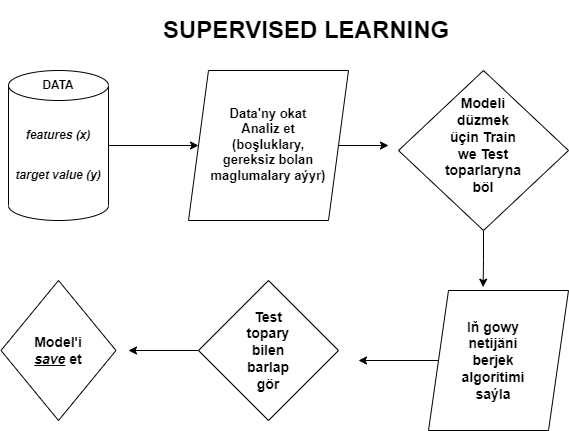
This is ml2.png from myratnesirov/pythoncode, a draw.io export, as it was before one commit. Source tidied: cells renumbered, new cells last; positions are measured from the earlier drawing's top-left corner, leaving out a move shared by most shapes.
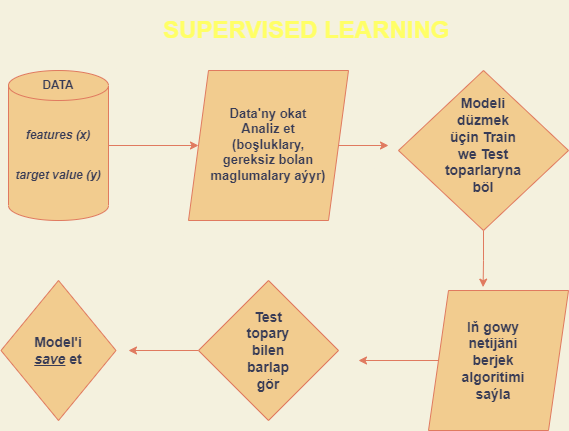
Above is the later version.

Diff of the diagram source:
```diff
@@ -1,71 +1,71 @@
-<mxGraphModel>
+<mxGraphModel background="#F4F1DE">
   <root>
     <mxCell id="0" />
     <mxCell id="1" parent="0" />
-    <mxCell id="2" value="&lt;h1&gt;SUPERVISED LEARNING&lt;/h1&gt;" style="text;html=1;strokeColor=none;fillColor=none;spacing=5;spacingTop=-20;whiteSpace=wrap;overflow=hidden;rounded=0;" parent="1" vertex="1">
+    <mxCell id="2" value="&lt;h1&gt;SUPERVISED LEARNING&lt;/h1&gt;" style="text;html=1;strokeColor=none;fillColor=none;spacing=5;spacingTop=-20;whiteSpace=wrap;overflow=hidden;rounded=0;fontColor=#FFFF66;" parent="1" vertex="1">
       <mxGeometry x="158" width="320" height="40" as="geometry" />
     </mxCell>
-    <mxCell id="3" style="edgeStyle=orthogonalEdgeStyle;rounded=0;jettySize=auto;html=1;fontSize=13;" parent="1" edge="1" source="4" target="9">
+    <mxCell id="3" style="edgeStyle=orthogonalEdgeStyle;rounded=0;jettySize=auto;html=1;fontSize=13;labelBackgroundColor=#F4F1DE;strokeColor=#E07A5F;fontColor=#393C56;" parent="1" edge="1" source="4" target="9">
       <mxGeometry relative="1" as="geometry" />
     </mxCell>
-    <mxCell id="4" style="shape=cylinder3;whiteSpace=wrap;html=1;boundedLbl=1;backgroundOutline=1;size=15;" parent="1" vertex="1">
+    <mxCell id="4" style="shape=cylinder3;whiteSpace=wrap;html=1;boundedLbl=1;backgroundOutline=1;size=15;fillColor=#F2CC8F;strokeColor=#E07A5F;fontColor=#393C56;" parent="1" vertex="1">
       <mxGeometry x="8" y="60" width="100" height="150" as="geometry" />
     </mxCell>
-    <mxCell id="5" value="DATA" style="text;html=1;strokeColor=none;fillColor=none;align=center;verticalAlign=middle;whiteSpace=wrap;rounded=0;fontStyle=1;" parent="1" vertex="1">
+    <mxCell id="5" value="DATA" style="text;html=1;strokeColor=none;fillColor=none;align=center;verticalAlign=middle;whiteSpace=wrap;rounded=0;fontStyle=1;fontColor=#393C56;" parent="1" vertex="1">
       <mxGeometry x="28" y="60" width="60" height="30" as="geometry" />
     </mxCell>
-    <mxCell id="6" value="features (x)" style="text;html=1;strokeColor=none;fillColor=none;align=center;verticalAlign=middle;whiteSpace=wrap;rounded=0;fontStyle=3;" parent="1" vertex="1">
+    <mxCell id="6" value="features (x)" style="text;html=1;strokeColor=none;fillColor=none;align=center;verticalAlign=middle;whiteSpace=wrap;rounded=0;fontStyle=3;fontColor=#393C56;" parent="1" vertex="1">
       <mxGeometry x="18" y="110" width="80" height="30" as="geometry" />
     </mxCell>
-    <mxCell id="7" value="target value (y)" style="text;html=1;strokeColor=none;fillColor=none;align=center;verticalAlign=middle;whiteSpace=wrap;rounded=0;fontStyle=3;" parent="1" vertex="1">
+    <mxCell id="7" value="target value (y)" style="text;html=1;strokeColor=none;fillColor=none;align=center;verticalAlign=middle;whiteSpace=wrap;rounded=0;fontStyle=3;fontColor=#393C56;" parent="1" vertex="1">
       <mxGeometry x="13" y="150" width="90" height="30" as="geometry" />
     </mxCell>
-    <mxCell id="8" style="edgeStyle=orthogonalEdgeStyle;rounded=0;jettySize=auto;html=1;fontSize=13;" parent="1" edge="1" source="9">
+    <mxCell id="8" style="edgeStyle=orthogonalEdgeStyle;rounded=0;jettySize=auto;html=1;fontSize=13;labelBackgroundColor=#F4F1DE;strokeColor=#E07A5F;fontColor=#393C56;" parent="1" edge="1" source="9">
       <mxGeometry relative="1" as="geometry">
         <mxPoint x="388" y="135" as="targetPoint" />
       </mxGeometry>
     </mxCell>
-    <mxCell id="9" style="shape=parallelogram;perimeter=parallelogramPerimeter;whiteSpace=wrap;html=1;fixedSize=1;rounded=0;" parent="1" vertex="1">
+    <mxCell id="9" style="shape=parallelogram;perimeter=parallelogramPerimeter;whiteSpace=wrap;html=1;fixedSize=1;rounded=0;fillColor=#F2CC8F;strokeColor=#E07A5F;fontColor=#393C56;" parent="1" vertex="1">
       <mxGeometry x="188" y="60" width="160" height="150" as="geometry" />
     </mxCell>
-    <mxCell id="10" value="&lt;font style=&quot;font-size: 13px&quot;&gt;Data'ny okat&lt;br&gt;Analiz et (boşluklary, gereksiz bolan maglumalary aýyr)&lt;/font&gt;" style="text;html=1;strokeColor=none;fillColor=none;align=center;verticalAlign=middle;whiteSpace=wrap;rounded=0;fontStyle=1;" parent="1" vertex="1">
+    <mxCell id="10" value="&lt;font style=&quot;font-size: 13px&quot;&gt;Data'ny okat&lt;br&gt;Analiz et (boşluklary, gereksiz bolan maglumalary aýyr)&lt;/font&gt;" style="text;html=1;strokeColor=none;fillColor=none;align=center;verticalAlign=middle;whiteSpace=wrap;rounded=0;fontStyle=1;fontColor=#393C56;" parent="1" vertex="1">
       <mxGeometry x="208" y="87.5" width="120" height="92.5" as="geometry" />
     </mxCell>
-    <mxCell id="11" style="edgeStyle=orthogonalEdgeStyle;rounded=0;jettySize=auto;html=1;entryX=0.39;entryY=-0.024;entryDx=0;entryDy=0;entryPerimeter=0;fontSize=14;" parent="1" edge="1" source="12" target="15">
+    <mxCell id="11" style="edgeStyle=orthogonalEdgeStyle;rounded=0;jettySize=auto;html=1;entryX=0.39;entryY=-0.024;entryDx=0;entryDy=0;entryPerimeter=0;fontSize=14;labelBackgroundColor=#F4F1DE;strokeColor=#E07A5F;fontColor=#393C56;" parent="1" edge="1" source="12" target="15">
       <mxGeometry relative="1" as="geometry" />
     </mxCell>
-    <mxCell id="12" style="rhombus;whiteSpace=wrap;html=1;rounded=0;fontSize=13;" parent="1" vertex="1">
+    <mxCell id="12" style="rhombus;whiteSpace=wrap;html=1;rounded=0;fontSize=13;fillColor=#F2CC8F;strokeColor=#E07A5F;fontColor=#393C56;" parent="1" vertex="1">
       <mxGeometry x="398" y="60" width="170" height="160" as="geometry" />
     </mxCell>
-    <mxCell id="13" value="&lt;font style=&quot;font-size: 14px&quot;&gt;Modeli düzmek üçin Train we Test toparlaryna böl&lt;/font&gt;" style="text;html=1;strokeColor=none;fillColor=none;align=center;verticalAlign=middle;whiteSpace=wrap;rounded=0;fontSize=13;fontStyle=1;" parent="1" vertex="1">
+    <mxCell id="13" value="&lt;font style=&quot;font-size: 14px&quot;&gt;Modeli düzmek üçin Train we Test toparlaryna böl&lt;/font&gt;" style="text;html=1;strokeColor=none;fillColor=none;align=center;verticalAlign=middle;whiteSpace=wrap;rounded=0;fontSize=13;fontStyle=1;fontColor=#393C56;" parent="1" vertex="1">
       <mxGeometry x="448" y="90" width="70" height="90" as="geometry" />
     </mxCell>
-    <mxCell id="14" style="edgeStyle=orthogonalEdgeStyle;rounded=0;jettySize=auto;html=1;fontSize=14;" parent="1" edge="1" source="15">
+    <mxCell id="14" style="edgeStyle=orthogonalEdgeStyle;rounded=0;jettySize=auto;html=1;fontSize=14;labelBackgroundColor=#F4F1DE;strokeColor=#E07A5F;fontColor=#393C56;" parent="1" edge="1" source="15">
       <mxGeometry relative="1" as="geometry">
         <mxPoint x="358" y="350" as="targetPoint" />
       </mxGeometry>
     </mxCell>
-    <mxCell id="15" style="shape=parallelogram;perimeter=parallelogramPerimeter;whiteSpace=wrap;html=1;fixedSize=1;rounded=0;fontSize=14;" parent="1" vertex="1">
+    <mxCell id="15" style="shape=parallelogram;perimeter=parallelogramPerimeter;whiteSpace=wrap;html=1;fixedSize=1;rounded=0;fontSize=14;fillColor=#F2CC8F;strokeColor=#E07A5F;fontColor=#393C56;" parent="1" vertex="1">
       <mxGeometry x="428" y="280" width="140" height="140" as="geometry" />
     </mxCell>
-    <mxCell id="16" value="Iň gowy netijäni berjek algoritimi saýla" style="text;html=1;strokeColor=none;fillColor=none;align=center;verticalAlign=middle;whiteSpace=wrap;rounded=0;fontSize=14;fontStyle=1;" parent="1" vertex="1">
+    <mxCell id="16" value="Iň gowy netijäni berjek algoritimi saýla" style="text;html=1;strokeColor=none;fillColor=none;align=center;verticalAlign=middle;whiteSpace=wrap;rounded=0;fontSize=14;fontStyle=1;fontColor=#393C56;" parent="1" vertex="1">
       <mxGeometry x="448" y="300" width="90" height="100" as="geometry" />
     </mxCell>
-    <mxCell id="17" style="edgeStyle=orthogonalEdgeStyle;rounded=0;jettySize=auto;html=1;fontSize=14;" parent="1" edge="1" source="18">
+    <mxCell id="17" style="edgeStyle=orthogonalEdgeStyle;rounded=0;jettySize=auto;html=1;fontSize=14;labelBackgroundColor=#F4F1DE;strokeColor=#E07A5F;fontColor=#393C56;" parent="1" edge="1" source="18">
       <mxGeometry relative="1" as="geometry">
         <mxPoint x="128" y="340" as="targetPoint" />
       </mxGeometry>
     </mxCell>
-    <mxCell id="18" style="rhombus;whiteSpace=wrap;html=1;rounded=0;fontSize=14;" parent="1" vertex="1">
+    <mxCell id="18" style="rhombus;whiteSpace=wrap;html=1;rounded=0;fontSize=14;fillColor=#F2CC8F;strokeColor=#E07A5F;fontColor=#393C56;" parent="1" vertex="1">
       <mxGeometry x="198" y="270" width="140" height="140" as="geometry" />
     </mxCell>
-    <mxCell id="19" value="Test topary bilen barlap gör" style="text;html=1;strokeColor=none;fillColor=none;align=center;verticalAlign=middle;whiteSpace=wrap;rounded=0;fontSize=14;fontStyle=1;" parent="1" vertex="1">
+    <mxCell id="19" value="Test topary bilen barlap gör" style="text;html=1;strokeColor=none;fillColor=none;align=center;verticalAlign=middle;whiteSpace=wrap;rounded=0;fontSize=14;fontStyle=1;fontColor=#393C56;" parent="1" vertex="1">
       <mxGeometry x="238" y="300" width="60" height="80" as="geometry" />
     </mxCell>
-    <mxCell id="20" style="rhombus;whiteSpace=wrap;html=1;rounded=0;fontSize=14;" parent="1" vertex="1">
+    <mxCell id="20" style="rhombus;whiteSpace=wrap;html=1;rounded=0;fontSize=14;fillColor=#F2CC8F;strokeColor=#E07A5F;fontColor=#393C56;" parent="1" vertex="1">
       <mxGeometry x="0.5" y="270" width="115" height="140" as="geometry" />
     </mxCell>
-    <mxCell id="21" value="&lt;b&gt;Model'i &lt;i&gt;&lt;u&gt;save&lt;/u&gt;&lt;/i&gt; et&lt;/b&gt;" style="text;html=1;strokeColor=none;fillColor=none;align=center;verticalAlign=middle;whiteSpace=wrap;rounded=0;fontSize=14;" parent="1" vertex="1">
+    <mxCell id="21" value="&lt;b&gt;Model'i &lt;i&gt;&lt;u&gt;save&lt;/u&gt;&lt;/i&gt; et&lt;/b&gt;" style="text;html=1;strokeColor=none;fillColor=none;align=center;verticalAlign=middle;whiteSpace=wrap;rounded=0;fontSize=14;fontColor=#393C56;" parent="1" vertex="1">
       <mxGeometry x="28" y="310" width="60" height="60" as="geometry" />
     </mxCell>
   </root>
```
